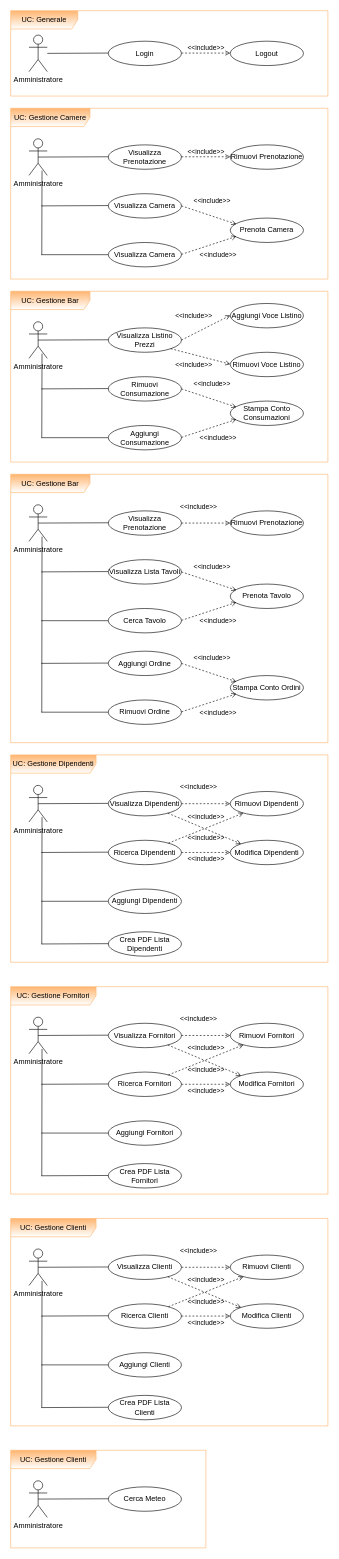
This is Diagrammi/Casi_Uso.drawio from Raccispini/Progetto-Hotel, a draw.io file, before an edit. Source tidied: cells renumbered, new cells numbered last; positions are measured from the earlier drawing's top-left corner, leaving out a move shared by most shapes. Both pictures are drawn from the tidied source at 61%, with x=0, y=0 at pixel (10, 10).
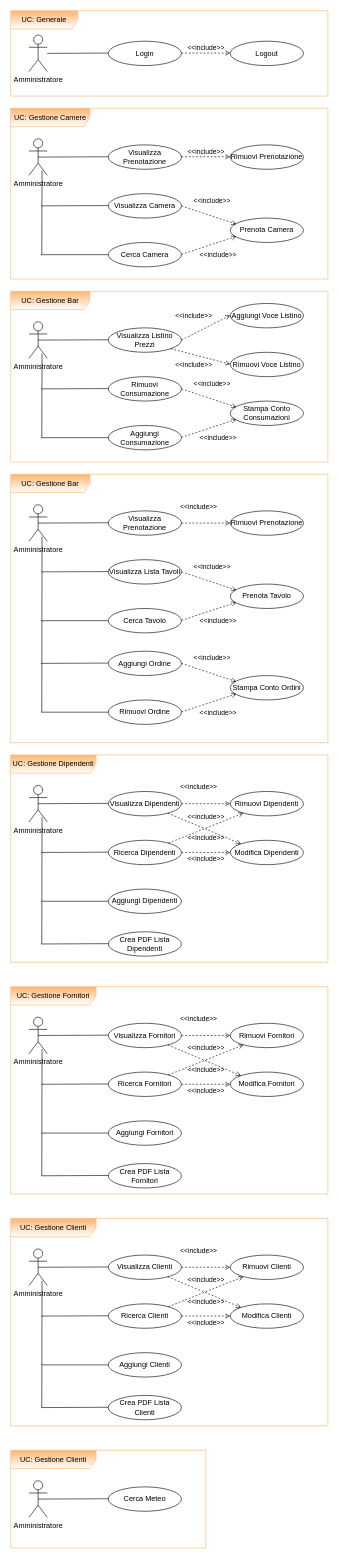
After the change.

Change to the diagram source:
```diff
@@
-    <mxCell id="20" value="Visualizza Camera" style="ellipse;whiteSpace=wrap;html=1;" parent="1" vertex="1">
+    <mxCell id="20" value="Cerca Camera" style="ellipse;whiteSpace=wrap;html=1;" parent="1" vertex="1">
       <mxGeometry x="160" y="380" width="120" height="40" as="geometry" />
     </mxCell>
```
